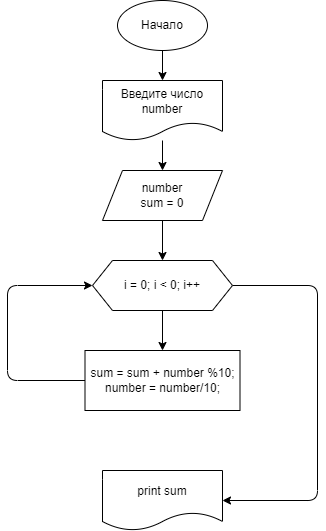
The draw.io diagram Homework_002/diagram.drawio.png in GnezdilovaVO/Seminar_3.4_Homework, before a commit. Source tidied: cells renumbered, new cells last; positions are measured from the earlier drawing's top-left corner, leaving out a move shared by most shapes. Its diagram source:
```xml
<mxGraphModel>
  <root>
    <mxCell id="0" />
    <mxCell id="1" parent="0" />
    <mxCell id="2" style="edgeStyle=none;html=1;" parent="1" edge="1" source="3" target="5">
      <mxGeometry relative="1" as="geometry" />
    </mxCell>
    <mxCell id="3" value="Начало" style="ellipse;whiteSpace=wrap;html=1;" parent="1" vertex="1">
      <mxGeometry x="110" width="90" height="50" as="geometry" />
    </mxCell>
    <mxCell id="4" style="edgeStyle=none;html=1;" parent="1" edge="1" source="5" target="7">
      <mxGeometry relative="1" as="geometry" />
    </mxCell>
    <mxCell id="5" value="Введите число number" style="shape=document;whiteSpace=wrap;html=1;boundedLbl=1;" parent="1" vertex="1">
      <mxGeometry x="95" y="80" width="120" height="60" as="geometry" />
    </mxCell>
    <mxCell id="6" style="edgeStyle=none;html=1;" parent="1" edge="1" source="7" target="10">
      <mxGeometry relative="1" as="geometry" />
    </mxCell>
    <mxCell id="7" value="number&lt;br&gt;sum = 0" style="shape=parallelogram;perimeter=parallelogramPerimeter;whiteSpace=wrap;html=1;fixedSize=1;" parent="1" vertex="1">
      <mxGeometry x="95" y="170" width="120" height="50" as="geometry" />
    </mxCell>
    <mxCell id="8" style="edgeStyle=none;html=1;" parent="1" edge="1" source="10" target="12">
      <mxGeometry relative="1" as="geometry" />
    </mxCell>
    <mxCell id="9" style="edgeStyle=orthogonalEdgeStyle;html=1;exitX=1;exitY=0.5;exitDx=0;exitDy=0;entryX=1;entryY=0.5;entryDx=0;entryDy=0;" parent="1" edge="1" source="10" target="13">
      <mxGeometry relative="1" as="geometry">
        <Array as="points">
          <mxPoint x="310" y="285" />
          <mxPoint x="310" y="500" />
        </Array>
      </mxGeometry>
    </mxCell>
    <mxCell id="10" value="i = 0; i &amp;lt; 0; i++" style="shape=hexagon;perimeter=hexagonPerimeter2;whiteSpace=wrap;html=1;fixedSize=1;" parent="1" vertex="1">
      <mxGeometry x="85" y="260" width="140" height="50" as="geometry" />
    </mxCell>
    <mxCell id="11" style="edgeStyle=orthogonalEdgeStyle;html=1;exitX=0;exitY=0.5;exitDx=0;exitDy=0;entryX=0;entryY=0.5;entryDx=0;entryDy=0;" parent="1" edge="1" source="12" target="10">
      <mxGeometry relative="1" as="geometry">
        <Array as="points">
          <mxPoint y="380" />
          <mxPoint y="285" />
        </Array>
      </mxGeometry>
    </mxCell>
    <mxCell id="12" value="sum = sum + number %10;&lt;br&gt;number = number/10;" style="rounded=0;whiteSpace=wrap;html=1;" parent="1" vertex="1">
      <mxGeometry x="77.5" y="350" width="155" height="60" as="geometry" />
    </mxCell>
    <mxCell id="13" value="print sum" style="shape=document;whiteSpace=wrap;html=1;boundedLbl=1;" parent="1" vertex="1">
      <mxGeometry x="95" y="470" width="120" height="60" as="geometry" />
    </mxCell>
  </root>
</mxGraphModel>
```
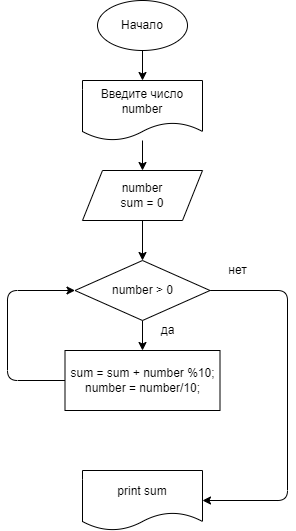
The same diagram one commit later.

Commit message:
Решила задачу 2 методами. Исправила блок-схему

Diff of the diagram source:
```diff
@@ -14,39 +14,45 @@
     <mxCell id="5" value="Введите число number" style="shape=document;whiteSpace=wrap;html=1;boundedLbl=1;" parent="1" vertex="1">
       <mxGeometry x="95" y="80" width="120" height="60" as="geometry" />
     </mxCell>
-    <mxCell id="6" style="edgeStyle=none;html=1;" parent="1" edge="1" source="7" target="10">
-      <mxGeometry relative="1" as="geometry" />
-    </mxCell>
+    <mxCell id="14" style="edgeStyle=orthogonalEdgeStyle;html=1;" parent="1" edge="1" source="7" target="18">
+      <mxGeometry relative="1" as="geometry" />
+    </mxCell>
     <mxCell id="7" value="number&lt;br&gt;sum = 0" style="shape=parallelogram;perimeter=parallelogramPerimeter;whiteSpace=wrap;html=1;fixedSize=1;" parent="1" vertex="1">
       <mxGeometry x="95" y="170" width="120" height="50" as="geometry" />
     </mxCell>
-    <mxCell id="8" style="edgeStyle=none;html=1;" parent="1" edge="1" source="10" target="12">
-      <mxGeometry relative="1" as="geometry" />
-    </mxCell>
-    <mxCell id="9" style="edgeStyle=orthogonalEdgeStyle;html=1;exitX=1;exitY=0.5;exitDx=0;exitDy=0;entryX=1;entryY=0.5;entryDx=0;entryDy=0;" parent="1" edge="1" source="10" target="13">
-      <mxGeometry relative="1" as="geometry">
-        <Array as="points">
-          <mxPoint x="310" y="285" />
-          <mxPoint x="310" y="500" />
-        </Array>
-      </mxGeometry>
-    </mxCell>
-    <mxCell id="10" value="i = 0; i &amp;lt; 0; i++" style="shape=hexagon;perimeter=hexagonPerimeter2;whiteSpace=wrap;html=1;fixedSize=1;" parent="1" vertex="1">
-      <mxGeometry x="85" y="260" width="140" height="50" as="geometry" />
-    </mxCell>
-    <mxCell id="11" style="edgeStyle=orthogonalEdgeStyle;html=1;exitX=0;exitY=0.5;exitDx=0;exitDy=0;entryX=0;entryY=0.5;entryDx=0;entryDy=0;" parent="1" edge="1" source="12" target="10">
-      <mxGeometry relative="1" as="geometry">
-        <Array as="points">
-          <mxPoint y="380" />
-          <mxPoint y="285" />
-        </Array>
-      </mxGeometry>
-    </mxCell>
+    <mxCell id="15" style="edgeStyle=orthogonalEdgeStyle;html=1;exitX=0;exitY=0.5;exitDx=0;exitDy=0;entryX=0;entryY=0.5;entryDx=0;entryDy=0;" parent="1" edge="1" source="12" target="18">
+      <mxGeometry relative="1" as="geometry">
+        <Array as="points">
+          <mxPoint x="20" y="380" />
+          <mxPoint x="20" y="290" />
+        </Array>
+      </mxGeometry>
+    </mxCell>
     <mxCell id="12" value="sum = sum + number %10;&lt;br&gt;number = number/10;" style="rounded=0;whiteSpace=wrap;html=1;" parent="1" vertex="1">
       <mxGeometry x="77.5" y="350" width="155" height="60" as="geometry" />
     </mxCell>
     <mxCell id="13" value="print sum" style="shape=document;whiteSpace=wrap;html=1;boundedLbl=1;" parent="1" vertex="1">
       <mxGeometry x="95" y="470" width="120" height="60" as="geometry" />
     </mxCell>
+    <mxCell id="16" style="edgeStyle=orthogonalEdgeStyle;html=1;" parent="1" edge="1" source="18" target="12">
+      <mxGeometry relative="1" as="geometry" />
+    </mxCell>
+    <mxCell id="17" style="edgeStyle=orthogonalEdgeStyle;html=1;exitX=1;exitY=0.5;exitDx=0;exitDy=0;entryX=1;entryY=0.5;entryDx=0;entryDy=0;" parent="1" edge="1" source="18" target="13">
+      <mxGeometry relative="1" as="geometry">
+        <Array as="points">
+          <mxPoint x="300" y="290" />
+          <mxPoint x="300" y="500" />
+        </Array>
+      </mxGeometry>
+    </mxCell>
+    <mxCell id="18" value="number &amp;gt; 0" style="rhombus;whiteSpace=wrap;html=1;" parent="1" vertex="1">
+      <mxGeometry x="87.5" y="260" width="135" height="60" as="geometry" />
+    </mxCell>
+    <mxCell id="19" value="да" style="text;html=1;align=center;verticalAlign=middle;strokeColor=none;fillColor=none;" parent="1" vertex="1">
+      <mxGeometry x="160" y="315" width="40" height="30" as="geometry" />
+    </mxCell>
+    <mxCell id="20" value="нет" style="text;html=1;align=center;verticalAlign=middle;strokeColor=none;fillColor=none;" parent="1" vertex="1">
+      <mxGeometry x="230" y="255" width="40" height="30" as="geometry" />
+    </mxCell>
   </root>
 </mxGraphModel>
```
